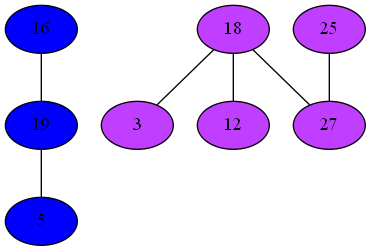
Before: Compiler/7phiGraph.png, a diagram exported from Graphviz (mbajaj92/Project-Astoria). Its source is kept beside it as Compiler/7phiGraph.dot. The source it was exported from:
```dot
strict graph {
16[label="16" style=filled fillcolor="blue1"];
16 -- 19
18[label="18" style=filled fillcolor="darkorchid1"];
18 -- 3
18 -- 27
18 -- 12
3[label="3" style=filled fillcolor="darkorchid1"];
3 -- 18
19[label="19" style=filled fillcolor="blue1"];
19 -- 16
19 -- 5
5[label="5" style=filled fillcolor="blue1"];
5 -- 19
25[label="25" style=filled fillcolor="darkorchid1"];
25 -- 27
27[label="27" style=filled fillcolor="darkorchid1"];
27 -- 18
27 -- 25
12[label="12" style=filled fillcolor="darkorchid1"];
12 -- 18
}
```
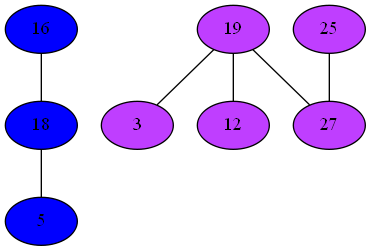
The same diagram one commit later.

Change to the diagram source:
```diff
@@ -1,22 +1,22 @@
 strict graph {
 16[label="16" style=filled fillcolor="blue1"];
-16 -- 19
-18[label="18" style=filled fillcolor="darkorchid1"];
-18 -- 3
-18 -- 27
-18 -- 12
+16 -- 18
+18[label="18" style=filled fillcolor="blue1"];
+18 -- 16
+18 -- 5
+19[label="19" style=filled fillcolor="darkorchid1"];
+19 -- 3
+19 -- 27
+19 -- 12
 3[label="3" style=filled fillcolor="darkorchid1"];
-3 -- 18
-19[label="19" style=filled fillcolor="blue1"];
-19 -- 16
-19 -- 5
+3 -- 19
 5[label="5" style=filled fillcolor="blue1"];
-5 -- 19
+5 -- 18
 25[label="25" style=filled fillcolor="darkorchid1"];
 25 -- 27
 27[label="27" style=filled fillcolor="darkorchid1"];
-27 -- 18
+27 -- 19
 27 -- 25
 12[label="12" style=filled fillcolor="darkorchid1"];
-12 -- 18
+12 -- 19
 }
```
